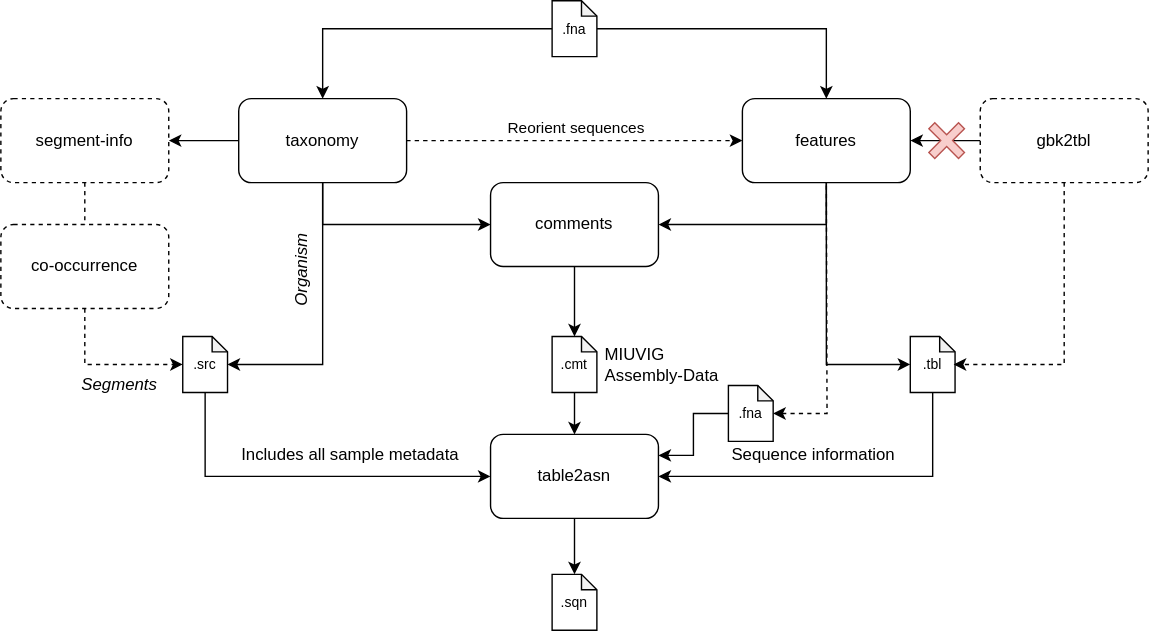
Earlier version of the draw.io export _static/suvtk_diagram_light.svg (LanderDC/suvtk). Source tidied: cells renumbered, new cells last; positions are measured from the earlier drawing's top-left corner, leaving out a move shared by most shapes.
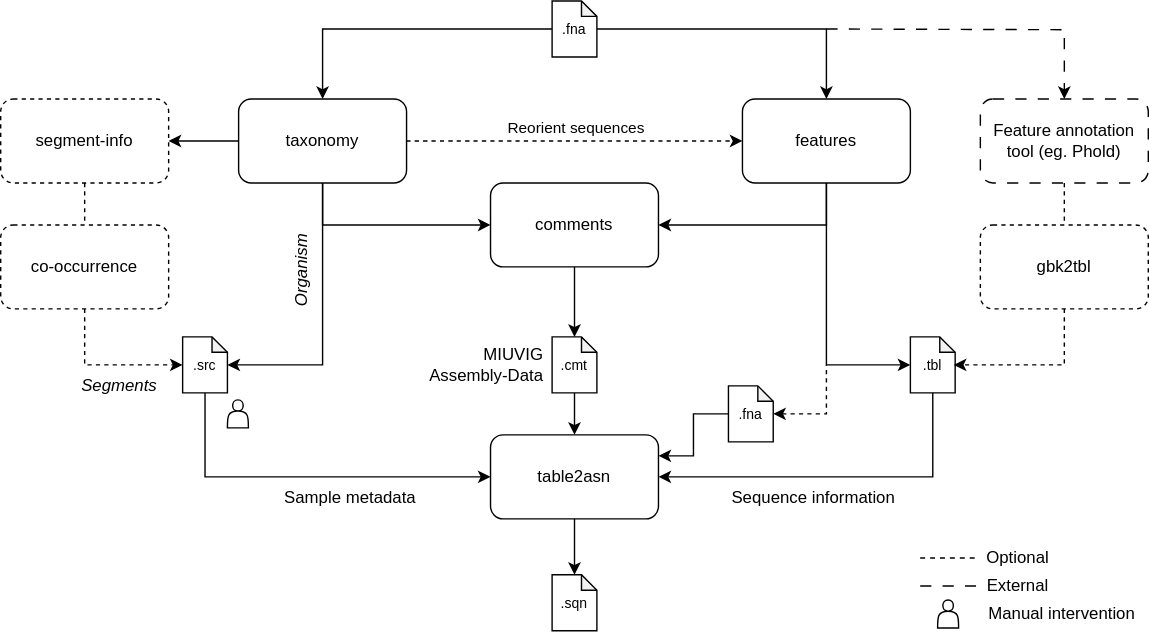
The same file after the commit.

What changed in the source:
```diff
@@ -51,20 +51,14 @@
     <mxCell id="14" value="table2asn" style="rounded=1;whiteSpace=wrap;html=1;" parent="1" vertex="1">
       <mxGeometry x="350" y="310" width="120" height="60" as="geometry" />
     </mxCell>
-    <mxCell id="15" style="edgeStyle=orthogonalEdgeStyle;rounded=0;jettySize=auto;html=1;" parent="1" edge="1" source="17" target="8">
-      <mxGeometry relative="1" as="geometry" />
-    </mxCell>
     <mxCell id="16" style="edgeStyle=orthogonalEdgeStyle;rounded=0;jettySize=auto;html=1;exitX=0.5;exitY=1;exitDx=0;exitDy=0;" parent="1" edge="1" source="23">
       <mxGeometry relative="1" as="geometry">
         <mxPoint x="410" y="310" as="targetPoint" />
       </mxGeometry>
     </mxCell>
     <mxCell id="17" value="gbk2tbl" style="rounded=1;whiteSpace=wrap;html=1;dashed=1;" parent="1" vertex="1">
-      <mxGeometry x="700" y="70" width="120" height="60" as="geometry" />
+      <mxGeometry x="700" y="160" width="120" height="60" as="geometry" />
     </mxCell>
-    <mxCell id="18" style="shape=cross;whiteSpace=wrap;html=1;rotation=45;fillColor=#f8cecc;strokeColor=#b85450;" parent="1" vertex="1">
-      <mxGeometry x="661" y="85" width="30" height="30" as="geometry" />
-    </mxCell>
     <mxCell id="19" style="edgeStyle=orthogonalEdgeStyle;rounded=0;jettySize=auto;html=1;exitX=0.5;exitY=1;exitDx=0;exitDy=0;exitPerimeter=0;entryX=0;entryY=0.5;entryDx=0;entryDy=0;" parent="1" edge="1" source="20" target="14">
       <mxGeometry relative="1" as="geometry" />
     </mxCell>
@@ -86,9 +80,6 @@
     <mxCell id="25" value="&lt;font style=&quot;font-size: 10px;&quot;&gt;.tbl&lt;/font&gt;" style="shape=note;whiteSpace=wrap;html=1;backgroundOutline=1;darkOpacity=0.05;size=11;" parent="1" vertex="1">
       <mxGeometry x="650" y="240" width="32" height="40" as="geometry" />
     </mxCell>
-    <mxCell id="26" style="edgeStyle=orthogonalEdgeStyle;rounded=0;jettySize=auto;html=1;exitX=0.5;exitY=1;exitDx=0;exitDy=0;entryX=0;entryY=0.5;entryDx=0;entryDy=0;entryPerimeter=0;" parent="1" edge="1" source="8" target="25">
-      <mxGeometry relative="1" as="geometry" />
-    </mxCell>
     <mxCell id="27" style="edgeStyle=orthogonalEdgeStyle;rounded=0;jettySize=auto;html=1;exitX=0.5;exitY=1;exitDx=0;exitDy=0;entryX=0.969;entryY=0.5;entryDx=0;entryDy=0;entryPerimeter=0;dashed=1;" parent="1" edge="1" source="17" target="25">
       <mxGeometry relative="1" as="geometry" />
     </mxCell>
@@ -110,31 +101,77 @@
     <mxCell id="33" style="edgeStyle=orthogonalEdgeStyle;rounded=0;jettySize=auto;html=1;entryX=0.5;entryY=0;entryDx=0;entryDy=0;" parent="1" edge="1" source="34" target="8">
       <mxGeometry relative="1" as="geometry" />
     </mxCell>
+    <mxCell id="35" style="edgeStyle=orthogonalEdgeStyle;rounded=0;jettySize=auto;html=1;exitX=0;exitY=0.5;exitDx=0;exitDy=0;exitPerimeter=0;entryX=1;entryY=0.25;entryDx=0;entryDy=0;" parent="1" edge="1" source="37" target="14">
+      <mxGeometry relative="1" as="geometry" />
+    </mxCell>
+    <mxCell id="42" style="edgeStyle=orthogonalEdgeStyle;rounded=0;jettySize=auto;html=1;entryX=0.5;entryY=0;entryDx=0;entryDy=0;dashed=1;dashPattern=8 8;" parent="1" edge="1" target="45">
+      <mxGeometry relative="1" as="geometry">
+        <mxPoint x="590" y="20" as="sourcePoint" />
+      </mxGeometry>
+    </mxCell>
     <mxCell id="34" value="&lt;font style=&quot;font-size: 10px;&quot;&gt;.fna&lt;/font&gt;" style="shape=note;whiteSpace=wrap;html=1;backgroundOutline=1;darkOpacity=0.05;size=11;" parent="1" vertex="1">
       <mxGeometry x="394" width="32" height="40" as="geometry" />
     </mxCell>
-    <mxCell id="35" style="edgeStyle=orthogonalEdgeStyle;rounded=0;jettySize=auto;html=1;exitX=0;exitY=0.5;exitDx=0;exitDy=0;exitPerimeter=0;entryX=1;entryY=0.25;entryDx=0;entryDy=0;" parent="1" edge="1" source="37" target="14">
-      <mxGeometry relative="1" as="geometry" />
-    </mxCell>
-    <mxCell id="36" style="edgeStyle=orthogonalEdgeStyle;rounded=0;jettySize=auto;html=1;startArrow=classic;startFill=1;endArrow=none;dashed=1;" parent="1" edge="1" source="37">
-      <mxGeometry relative="1" as="geometry">
-        <mxPoint x="590" y="130" as="targetPoint" />
-      </mxGeometry>
-    </mxCell>
+    <mxCell id="43" style="edgeStyle=orthogonalEdgeStyle;rounded=0;jettySize=auto;html=1;startArrow=classic;startFill=1;dashed=1;endArrow=none;" parent="1" edge="1" source="37">
+      <mxGeometry relative="1" as="geometry">
+        <mxPoint x="590" y="260" as="targetPoint" />
+        <Array as="points">
+          <mxPoint x="590" y="295" />
+          <mxPoint x="590" y="260" />
+        </Array>
+      </mxGeometry>
+    </mxCell>
     <mxCell id="37" value="&lt;font style=&quot;font-size: 10px;&quot;&gt;.fna&lt;/font&gt;" style="shape=note;whiteSpace=wrap;html=1;backgroundOutline=1;darkOpacity=0.05;size=11;" parent="1" vertex="1">
       <mxGeometry x="520" y="275" width="32" height="40" as="geometry" />
     </mxCell>
-    <mxCell id="38" value="Includes all sample metadata" style="text;html=1;align=center;verticalAlign=middle;whiteSpace=wrap;rounded=0;" parent="1" vertex="1">
-      <mxGeometry x="170" y="310" width="160" height="30" as="geometry" />
+    <mxCell id="38" value="Sample metadata" style="text;html=1;align=center;verticalAlign=middle;whiteSpace=wrap;rounded=0;" parent="1" vertex="1">
+      <mxGeometry x="170" y="340" width="160" height="30" as="geometry" />
     </mxCell>
-    <mxCell id="39" value="MIUVIG&lt;div&gt;Assembly-Data&lt;/div&gt;" style="text;html=1;align=left;verticalAlign=middle;whiteSpace=wrap;rounded=0;" parent="1" vertex="1">
-      <mxGeometry x="430" y="245" width="90" height="30" as="geometry" />
+    <mxCell id="39" value="MIUVIG&lt;div&gt;Assembly-Data&lt;/div&gt;" style="text;html=1;align=right;verticalAlign=middle;whiteSpace=wrap;rounded=0;" parent="1" vertex="1">
+      <mxGeometry x="300" y="245" width="90" height="30" as="geometry" />
     </mxCell>
     <mxCell id="40" value="Sequence information" style="text;html=1;align=center;verticalAlign=middle;whiteSpace=wrap;rounded=0;" parent="1" vertex="1">
-      <mxGeometry x="501" y="310" width="160" height="30" as="geometry" />
+      <mxGeometry x="501" y="340" width="160" height="30" as="geometry" />
     </mxCell>
     <mxCell id="41" value="co-occurrence" style="rounded=1;whiteSpace=wrap;html=1;dashed=1;" parent="1" vertex="1">
       <mxGeometry y="160" width="120" height="60" as="geometry" />
     </mxCell>
+    <mxCell id="44" style="edgeStyle=orthogonalEdgeStyle;rounded=0;jettySize=auto;html=1;exitX=0.5;exitY=1;exitDx=0;exitDy=0;entryX=0.5;entryY=0;entryDx=0;entryDy=0;dashed=1;endArrow=none;startFill=0;" parent="1" edge="1" source="45" target="17">
+      <mxGeometry relative="1" as="geometry" />
+    </mxCell>
+    <mxCell id="45" value="Feature annotation tool (eg. Phold)" style="rounded=1;whiteSpace=wrap;html=1;dashed=1;dashPattern=8 8;" parent="1" vertex="1">
+      <mxGeometry x="700" y="70" width="120" height="60" as="geometry" />
+    </mxCell>
+    <mxCell id="26" style="edgeStyle=orthogonalEdgeStyle;rounded=0;jettySize=auto;html=1;exitX=0.5;exitY=1;exitDx=0;exitDy=0;entryX=0;entryY=0.5;entryDx=0;entryDy=0;entryPerimeter=0;" parent="1" edge="1" source="8" target="25">
+      <mxGeometry relative="1" as="geometry" />
+    </mxCell>
+    <mxCell id="46" style="shape=actor;whiteSpace=wrap;html=1;" parent="1" vertex="1">
+      <mxGeometry x="162" y="285" width="15" height="20" as="geometry" />
+    </mxCell>
+    <mxCell id="47" style="group;" parent="1" vertex="1">
+      <mxGeometry x="657" y="383" width="162.5" height="70" as="geometry" />
+    </mxCell>
+    <mxCell id="48" style="shape=actor;whiteSpace=wrap;html=1;" parent="47" vertex="1">
+      <mxGeometry x="12.5" y="45" width="15" height="20" as="geometry" />
+    </mxCell>
+    <mxCell id="49" style="endArrow=none;html=1;rounded=0;dashed=1;strokeWidth=1.1811;" parent="47" edge="1" target="51">
+      <mxGeometry relative="1" as="geometry">
+        <mxPoint y="15" as="sourcePoint" />
+      </mxGeometry>
+    </mxCell>
+    <mxCell id="50" style="endArrow=none;html=1;rounded=0;dashed=1;dashPattern=8 8;" parent="47" edge="1" target="52">
+      <mxGeometry relative="1" as="geometry">
+        <mxPoint y="35" as="sourcePoint" />
+      </mxGeometry>
+    </mxCell>
+    <mxCell id="51" value="Optional" style="text;html=1;align=center;verticalAlign=middle;whiteSpace=wrap;rounded=0;" parent="47" vertex="1">
+      <mxGeometry x="39.9" width="60" height="30" as="geometry" />
+    </mxCell>
+    <mxCell id="52" value="External" style="text;html=1;align=center;verticalAlign=middle;whiteSpace=wrap;rounded=0;" parent="47" vertex="1">
+      <mxGeometry x="39.9" y="20" width="60" height="30" as="geometry" />
+    </mxCell>
+    <mxCell id="53" value="Manual intervention" style="text;html=1;align=center;verticalAlign=middle;whiteSpace=wrap;rounded=0;" parent="47" vertex="1">
+      <mxGeometry x="39.9" y="40" width="122.5" height="30" as="geometry" />
+    </mxCell>
   </root>
 </mxGraphModel>
```
